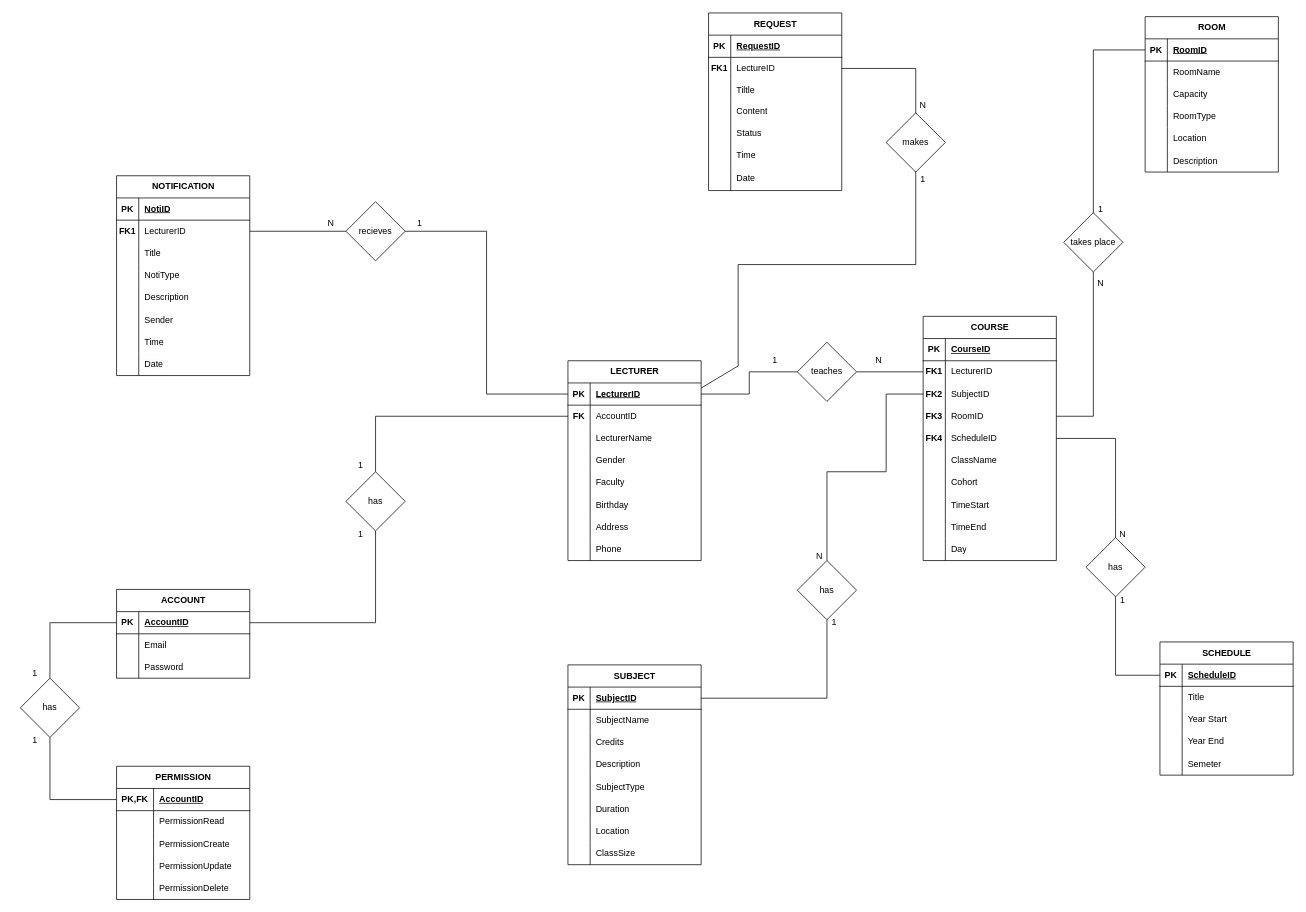
Earlier version of the draw.io diagram page "database" (2 of 2) of schema/ERD (2).drawio (haovvv73/The-application-automatically-schedules-university-timetables). Source tidied: cells renumbered, new cells numbered last; positions are measured from the earlier drawing's top-left corner, leaving out a move shared by most shapes. Both pictures are drawn from the tidied source at 74%, with x=0, y=0 at pixel (13, 13).
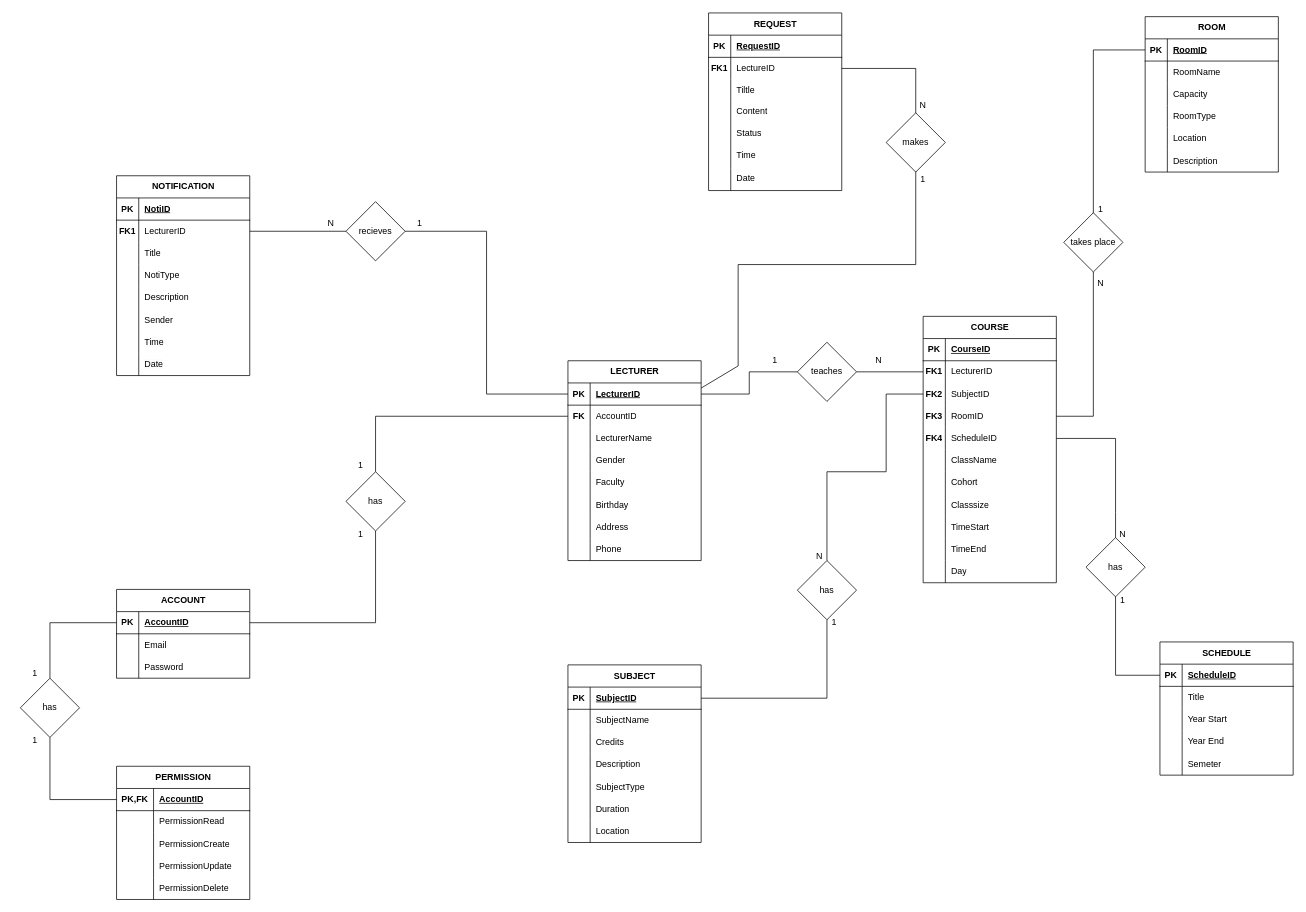
The same page after the edit.

What changed in the source:
```diff
@@
     <mxCell id="27" value="SUBJECT" style="shape=table;startSize=30;childLayout=tableLayout;rowLines=0;fontStyle=1;align=center;html=1;" parent="1" vertex="1">
-      <mxGeometry x="750" y="881" width="180" height="270" as="geometry" />
+      <mxGeometry x="750" y="881" width="180" height="240" as="geometry" />
     </mxCell>
@@
-    <mxCell id="49" style="shape=tableRow;horizontal=0;startSize=0;swimlaneHead=0;swimlaneBody=0;fillColor=none;top=0;left=0;right=0;bottom=0;" parent="27" vertex="1">
-      <mxGeometry y="240" width="180" height="30" as="geometry" />
-    </mxCell>
-    <mxCell id="50" style="shape=partialRectangle;fillColor=none;top=0;left=0;bottom=0;right=0;overflow=hidden;whiteSpace=wrap;html=1;" parent="49" vertex="1">
-      <mxGeometry width="30" height="30" as="geometry" />
-    </mxCell>
-    <mxCell id="51" value="ClassSize" style="shape=partialRectangle;fillColor=none;top=0;left=0;bottom=0;right=0;align=left;spacingLeft=6;overflow=hidden;whiteSpace=wrap;html=1;" parent="49" vertex="1">
-      <mxGeometry x="30" width="150" height="30" as="geometry" />
-    </mxCell>
     <mxCell id="52" value="COURSE" style="shape=table;startSize=30;childLayout=tableLayout;rowLines=0;fontStyle=1;align=center;html=1;" parent="1" vertex="1">
-      <mxGeometry x="1230" y="410" width="180" height="330" as="geometry" />
+      <mxGeometry x="1230" y="410" width="180" height="360" as="geometry" />
     </mxCell>
@@
+    <mxCell id="49" style="shape=tableRow;horizontal=0;startSize=0;swimlaneHead=0;swimlaneBody=0;fillColor=none;top=0;left=0;right=0;bottom=0;" parent="52" vertex="1">
+      <mxGeometry y="240" width="180" height="30" as="geometry" />
+    </mxCell>
+    <mxCell id="50" style="shape=partialRectangle;fillColor=none;top=0;left=0;bottom=0;right=0;overflow=hidden;whiteSpace=wrap;html=1;" parent="49" vertex="1">
+      <mxGeometry width="30" height="30" as="geometry" />
+    </mxCell>
+    <mxCell id="233" value="Classsize" style="shape=partialRectangle;fillColor=none;top=0;left=0;bottom=0;right=0;align=left;spacingLeft=6;overflow=hidden;whiteSpace=wrap;html=1;" parent="49" vertex="1">
+      <mxGeometry x="30" width="150" height="30" as="geometry" />
+    </mxCell>
     <mxCell id="74" style="shape=tableRow;horizontal=0;startSize=0;swimlaneHead=0;swimlaneBody=0;fillColor=none;top=0;left=0;right=0;bottom=0;" parent="52" vertex="1">
-      <mxGeometry y="240" width="180" height="30" as="geometry" />
+      <mxGeometry y="270" width="180" height="30" as="geometry" />
     </mxCell>
@@
     <mxCell id="77" style="shape=tableRow;horizontal=0;startSize=0;swimlaneHead=0;swimlaneBody=0;fillColor=none;top=0;left=0;right=0;bottom=0;" parent="52" vertex="1">
-      <mxGeometry y="270" width="180" height="30" as="geometry" />
+      <mxGeometry y="300" width="180" height="30" as="geometry" />
     </mxCell>
@@
     <mxCell id="80" style="shape=tableRow;horizontal=0;startSize=0;swimlaneHead=0;swimlaneBody=0;fillColor=none;top=0;left=0;right=0;bottom=0;" parent="52" vertex="1">
-      <mxGeometry y="300" width="180" height="30" as="geometry" />
+      <mxGeometry y="330" width="180" height="30" as="geometry" />
     </mxCell>
```
